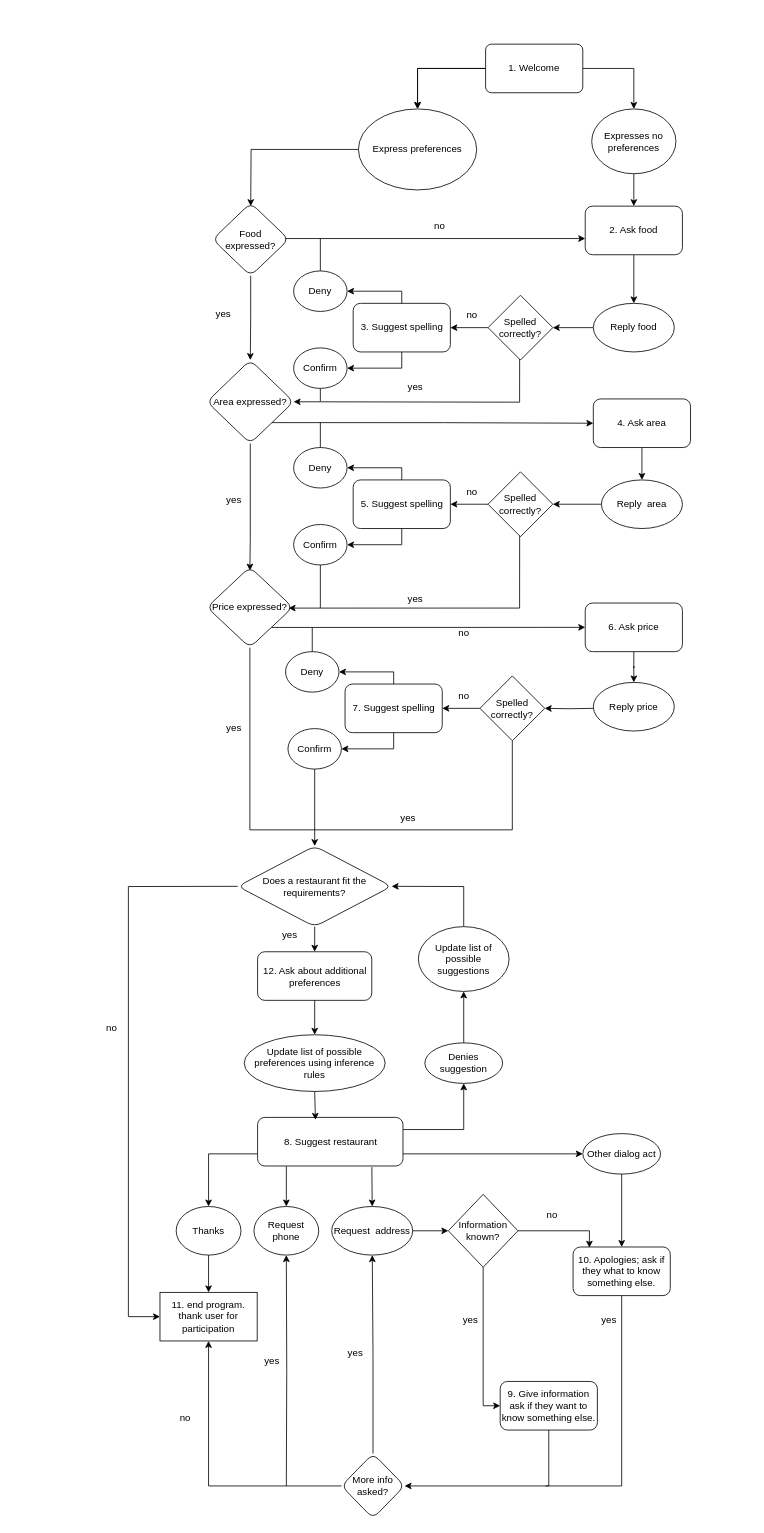
simon-hjp/MAIR_projectG16 keeps this draw.io diagram as diagram.drawio. Above is the earlier version. Source tidied: cells renumbered, new cells numbered last; positions are measured from the earlier drawing's top-left corner, leaving out a move shared by most shapes. Both pictures are drawn from the tidied source at 81%, with x=0, y=0 at pixel (95, 44).
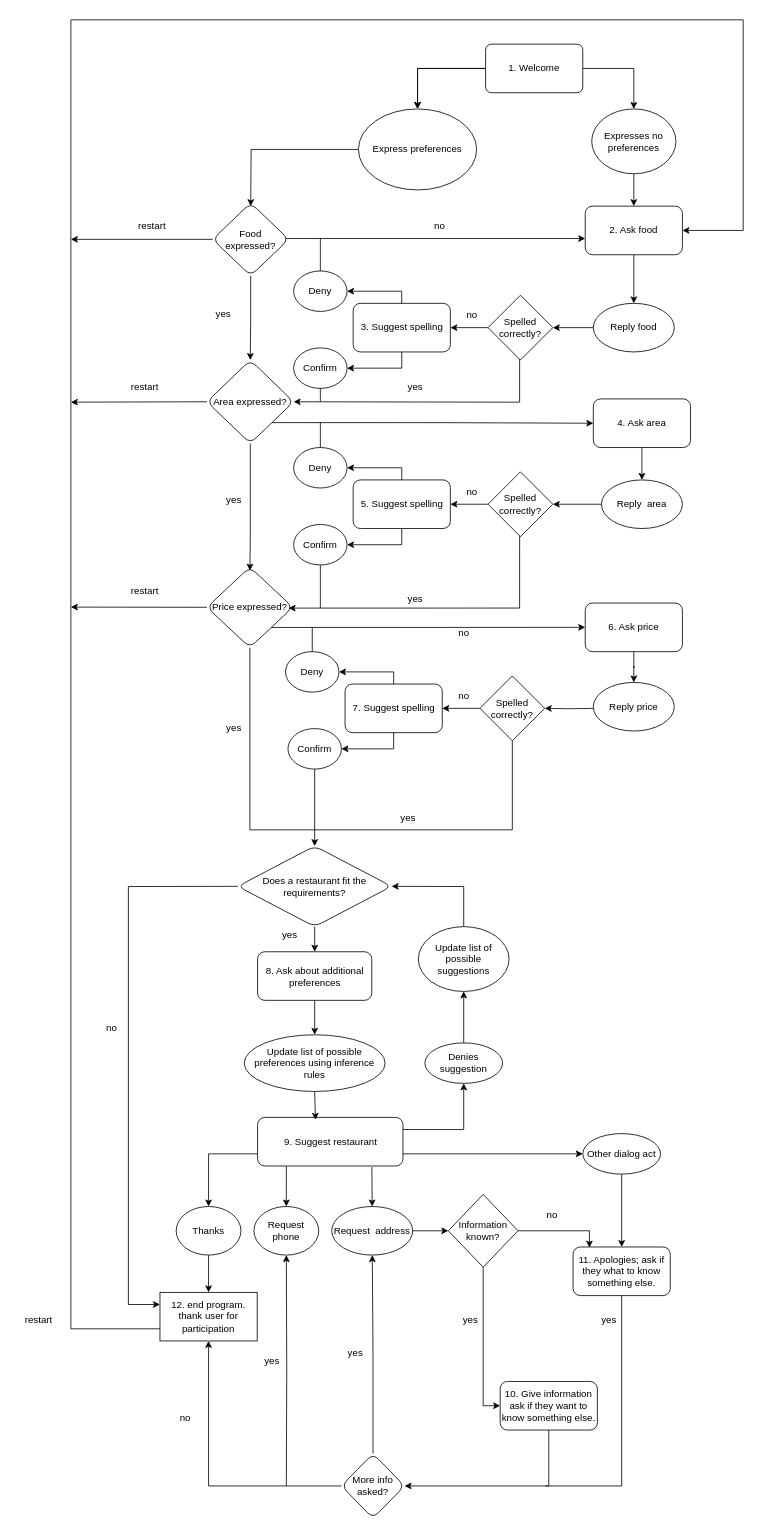
Above is the later version.

Commit message (it also covers changes not shown here):
diagram update, small code edits and readme update to include pickle

Unchanged cells that the change refers to:
```xml
<mxCell id="11" value="Food expressed?" style="rhombus;whiteSpace=wrap;html=1;rounded=1;" parent="1" vertex="1">
  <mxGeometry x="145" y="196" width="94" height="90" as="geometry" />
</mxCell>
<mxCell id="16" value="2. Ask food" style="whiteSpace=wrap;html=1;rounded=1;" parent="1" vertex="1">
  <mxGeometry x="605" y="200" width="120" height="60" as="geometry" />
</mxCell>
<mxCell id="17" value="Area expressed?" style="rhombus;whiteSpace=wrap;html=1;rounded=1;" parent="1" vertex="1">
  <mxGeometry x="138" y="390" width="107" height="103" as="geometry" />
</mxCell>
<mxCell id="34" value="Price expressed?" style="rhombus;whiteSpace=wrap;html=1;rounded=1;" parent="1" vertex="1">
  <mxGeometry x="138" y="645.5" width="106" height="99.5" as="geometry" />
</mxCell>
<mxCell id="97" value="Does a restaurant fit the requirements?" style="rhombus;whiteSpace=wrap;html=1;rounded=1;" parent="1" vertex="1">
  <mxGeometry x="176" y="990" width="190" height="99.5" as="geometry" />
</mxCell>
```

Diff of the diagram source:
```diff
@@
-    <mxCell id="43" value="8. Suggest restaurant" style="rounded=1;whiteSpace=wrap;html=1;" parent="1" vertex="1">
+    <mxCell id="43" value="9. Suggest restaurant" style="rounded=1;whiteSpace=wrap;html=1;" parent="1" vertex="1">
       <mxGeometry x="200.5" y="1325" width="179.5" height="60" as="geometry" />
     </mxCell>
@@
-    <mxCell id="47" value="11. end program. thank user for participation" style="whiteSpace=wrap;html=1;" parent="1" vertex="1">
+    <mxCell id="47" value="12. end program. thank user for participation" style="whiteSpace=wrap;html=1;" parent="1" vertex="1">
       <mxGeometry x="80" y="1541" width="120" height="60" as="geometry" />
     </mxCell>
@@
-    <mxCell id="56" value="10. Apologies; ask if they what to know something else." style="rounded=1;whiteSpace=wrap;html=1;" parent="1" vertex="1">
+    <mxCell id="56" value="11. Apologies; ask if they what to know something else." style="rounded=1;whiteSpace=wrap;html=1;" parent="1" vertex="1">
       <mxGeometry x="590" y="1485" width="120" height="60" as="geometry" />
     </mxCell>
-    <mxCell id="57" value="9. Give information&lt;br&gt;ask if they want to know something else." style="rounded=1;whiteSpace=wrap;html=1;" parent="1" vertex="1">
+    <mxCell id="57" value="10. Give information&lt;br&gt;ask if they want to know something else." style="rounded=1;whiteSpace=wrap;html=1;" parent="1" vertex="1">
       <mxGeometry x="500" y="1651" width="120" height="60" as="geometry" />
     </mxCell>
@@
-    <mxCell id="103" style="endArrow=classic;html=1;rounded=0;exitX=0;exitY=0.5;exitDx=0;exitDy=0;entryX=0;entryY=0.5;entryDx=0;entryDy=0;" parent="1" edge="1" source="97" target="47">
+    <mxCell id="103" style="endArrow=classic;html=1;rounded=0;exitX=0;exitY=0.5;exitDx=0;exitDy=0;entryX=0;entryY=0.25;entryDx=0;entryDy=0;" parent="1" edge="1" source="97" target="47">
       <mxGeometry relative="1" as="geometry">
         <Array as="points">
           <mxPoint x="41" y="1040" />
-          <mxPoint x="41" y="1571" />
+          <mxPoint x="41" y="1556" />
         </Array>
       </mxGeometry>
     </mxCell>
@@
-    <mxCell id="111" value="12. Ask about additional preferences" style="rounded=1;whiteSpace=wrap;html=1;" parent="1" vertex="1">
+    <mxCell id="111" value="8. Ask about additional preferences" style="rounded=1;whiteSpace=wrap;html=1;" parent="1" vertex="1">
       <mxGeometry x="200.5" y="1120.5" width="141" height="60" as="geometry" />
     </mxCell>
@@
+    <mxCell id="116" style="endArrow=classic;html=1;rounded=0;exitX=0;exitY=0.75;exitDx=0;exitDy=0;entryX=1;entryY=0.5;entryDx=0;entryDy=0;" parent="1" edge="1" source="47" target="16">
+      <mxGeometry relative="1" as="geometry">
+        <Array as="points">
+          <mxPoint x="-30" y="1586" />
+          <mxPoint x="-30" y="-30" />
+          <mxPoint x="800" y="-30" />
+          <mxPoint x="800" y="230" />
+        </Array>
+      </mxGeometry>
+    </mxCell>
+    <mxCell id="117" style="endArrow=classic;html=1;rounded=0;exitX=0;exitY=0.5;exitDx=0;exitDy=0;" parent="1" edge="1" source="11">
+      <mxGeometry relative="1" as="geometry">
+        <mxPoint x="-30" y="241" as="targetPoint" />
+      </mxGeometry>
+    </mxCell>
+    <mxCell id="118" style="endArrow=classic;html=1;rounded=0;exitX=0;exitY=0.5;exitDx=0;exitDy=0;" parent="1" edge="1" source="17">
+      <mxGeometry relative="1" as="geometry">
+        <mxPoint x="-30" y="442" as="targetPoint" />
+      </mxGeometry>
+    </mxCell>
+    <mxCell id="119" style="endArrow=classic;html=1;rounded=0;exitX=0;exitY=0.5;exitDx=0;exitDy=0;" parent="1" edge="1" source="34">
+      <mxGeometry relative="1" as="geometry">
+        <mxPoint x="-30" y="695" as="targetPoint" />
+      </mxGeometry>
+    </mxCell>
+    <mxCell id="120" value="restart" style="text;html=1;align=center;verticalAlign=middle;strokeColor=none;fillColor=none;" parent="1" vertex="1">
+      <mxGeometry x="-100" y="1560" width="60" height="30" as="geometry" />
+    </mxCell>
+    <mxCell id="121" value="restart" style="text;html=1;align=center;verticalAlign=middle;strokeColor=none;fillColor=none;" parent="1" vertex="1">
+      <mxGeometry x="31" y="408" width="60" height="30" as="geometry" />
+    </mxCell>
+    <mxCell id="122" value="restart" style="text;html=1;align=center;verticalAlign=middle;strokeColor=none;fillColor=none;" parent="1" vertex="1">
+      <mxGeometry x="31" y="660" width="60" height="30" as="geometry" />
+    </mxCell>
+    <mxCell id="123" value="restart" style="text;html=1;align=center;verticalAlign=middle;strokeColor=none;fillColor=none;" parent="1" vertex="1">
+      <mxGeometry x="40" y="210" width="60" height="30" as="geometry" />
+    </mxCell>
```
